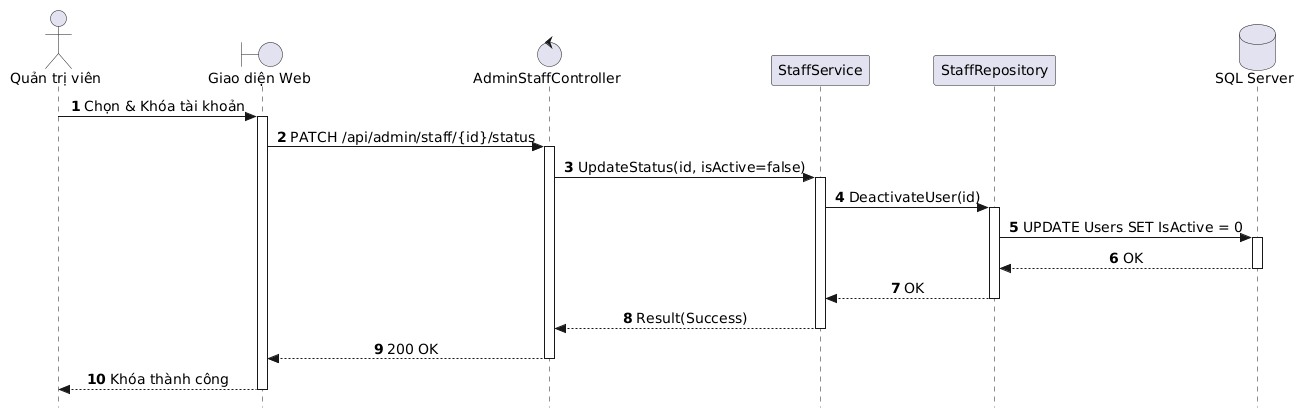
This is out/docs/puml/sequences/SD_UC_A4_4_Toggle_Staff_Status/SD_UC_A4_4_Toggle_Staff_Status.png from AndrewQng/VinDining, a PlantUML export, as it was before one commit. Its diagram source:
```plantuml
@startuml
autonumber
skinparam style strictuml
skinparam sequenceMessageAlign center
skinparam responseMessageBelowArrow true
skinparam defaultFontName "Segoe UI", Arial, sans-serif
skinparam defaultFontSize 14

actor "Quản trị viên" as Admin
boundary "Giao diện Web" as UI
control "AdminStaffController" as Controller
participant "StaffService" as Service
participant "StaffRepository" as Repo
database "SQL Server" as DB

Admin -> UI: Chọn & Khóa tài khoản
activate UI

UI -> Controller: PATCH /api/admin/staff/{id}/status
activate Controller

Controller -> Service: UpdateStatus(id, isActive=false)
activate Service

Service -> Repo: DeactivateUser(id)
activate Repo
Repo -> DB: UPDATE Users SET IsActive = 0
activate DB
DB --> Repo: OK
deactivate DB
Repo --> Service: OK
deactivate Repo

Service --> Controller: Result(Success)
deactivate Service

Controller --> UI: 200 OK
deactivate Controller

UI --> Admin: Khóa thành công
deactivate UI
@enduml
```
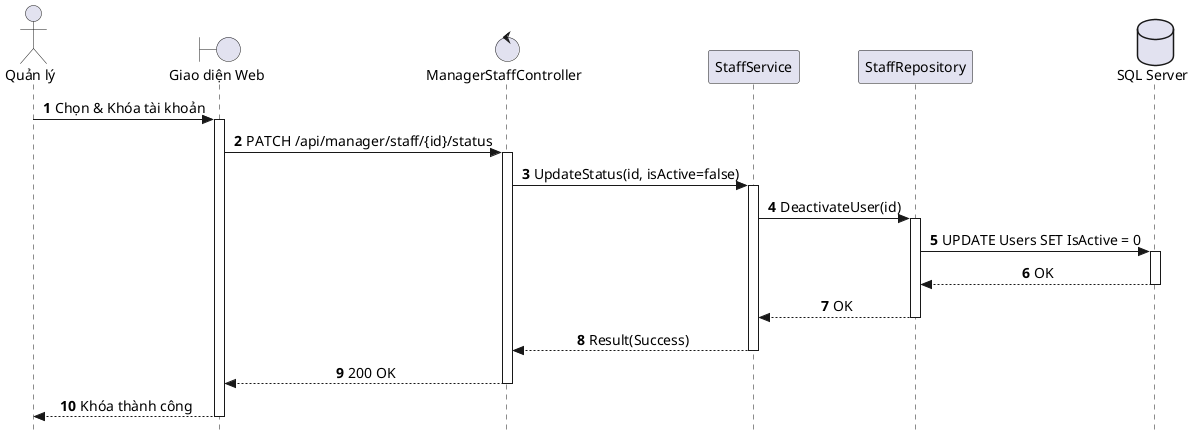
Later version of the same file.

Diff of the diagram source:
```diff
@@ -1,4 +1,4 @@
-@startuml
+@startuml SD_UC_A4_4_Toggle_Staff_Status
 autonumber
 skinparam style strictuml
 skinparam sequenceMessageAlign center
@@ -6,17 +6,17 @@
 skinparam defaultFontName "Segoe UI", Arial, sans-serif
 skinparam defaultFontSize 14
 
-actor "Quản trị viên" as Admin
+actor "Quản lý" as Manager
 boundary "Giao diện Web" as UI
-control "AdminStaffController" as Controller
+control "ManagerStaffController" as Controller
 participant "StaffService" as Service
 participant "StaffRepository" as Repo
 database "SQL Server" as DB
 
-Admin -> UI: Chọn & Khóa tài khoản
+Manager -> UI: Chọn & Khóa tài khoản
 activate UI
 
-UI -> Controller: PATCH /api/admin/staff/{id}/status
+UI -> Controller: PATCH /api/manager/staff/{id}/status
 activate Controller
 
 Controller -> Service: UpdateStatus(id, isActive=false)
@@ -37,6 +37,7 @@
 Controller --> UI: 200 OK
 deactivate Controller
 
-UI --> Admin: Khóa thành công
+UI --> Manager: Khóa thành công
 deactivate UI
+
 @enduml
```
